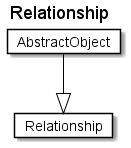
Above: fragments/diagrams/Relationship.png in rtigran/rdf2adoc (PlantUML), before the change. Source of this version:
```plantuml
@startuml
Title Relationship

Card Relationship #fff [
Relationship
]
Card AbstractObject #fff [
AbstractObject
]
AbstractObject --|> Relationship  #000
@enduml
```
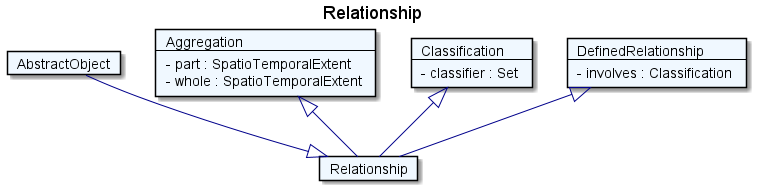
The same diagram one commit later.

Change to the diagram source:
```diff
@@ -1,11 +1,30 @@
 @startuml
 Title Relationship
 
-Card Relationship #fff [
+Card Relationship #F0F8FF [
 Relationship
 ]
-Card AbstractObject #fff [
+Card AbstractObject #F0F8FF [
 AbstractObject
 ]
-AbstractObject --|> Relationship  #000
+AbstractObject --|> Relationship  #00008B
+Card Aggregation #F0F8FF [
+Aggregation
+----
+- part : SpatioTemporalExtent
+- whole : SpatioTemporalExtent
+]
+Aggregation <|-- Relationship  #00008B
+Card Classification #F0F8FF [
+Classification
+----
+- classifier : Set
+]
+Classification <|-- Relationship  #00008B
+Card DefinedRelationship #F0F8FF [
+DefinedRelationship
+----
+- involves : Classification
+]
+DefinedRelationship <|-- Relationship  #00008B
 @enduml
```
